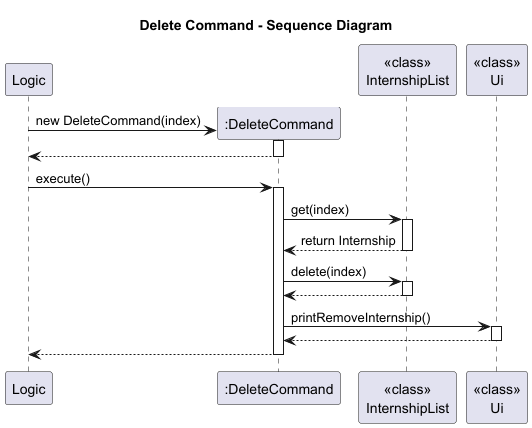
Above: docs/diagrams/DeleteCommandSD.png in AY2526S1-CS2113-W14-4/tp (PlantUML), before the change.
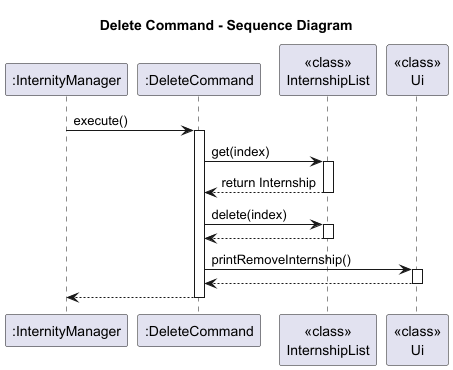
The same diagram one commit later.

What changed in the source:
```diff
@@ -1,15 +1,12 @@
 @startuml
 title Delete Command - Sequence Diagram
 
-participant Logic
-create ":DeleteCommand" as DC
+participant ":InternityManager" as Logic
+participant ":DeleteCommand" as DC
 participant "<<class>>\nInternshipList" as IL
 participant "<<class>>\nUi" as UI
 
-Logic -> DC**: new DeleteCommand(index)
-activate DC
-return
-deactivate DC
+
 
 Logic -> DC: execute()
 activate DC
```
